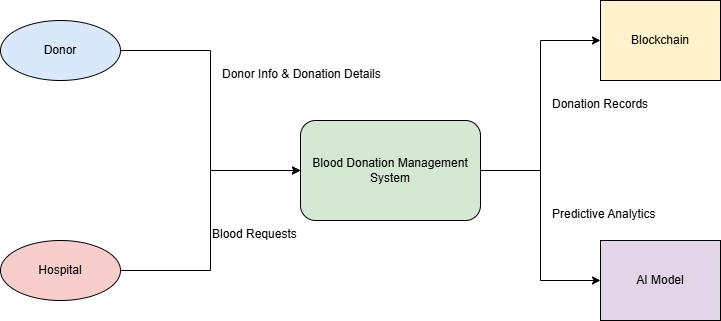
Suyash988/diagrams_for_the_blood_donation_system keeps this draw.io diagram as Diagram1.drawio.png. Above is the earlier version. Source tidied: cells renumbered, new cells last; positions are measured from the earlier drawing's top-left corner, leaving out a move shared by most shapes. Its diagram source:
```xml
<mxGraphModel>
  <root>
    <mxCell id="0" />
    <mxCell id="1" parent="0" />
    <mxCell id="2" value="Donor" style="ellipse;whiteSpace=wrap;html=1;strokeColor=#000000;fillColor=#dae8fc;" parent="1" vertex="1">
      <mxGeometry y="20" width="120" height="60" as="geometry" />
    </mxCell>
    <mxCell id="3" value="Hospital" style="ellipse;whiteSpace=wrap;html=1;strokeColor=#000000;fillColor=#f8cecc;" parent="1" vertex="1">
      <mxGeometry y="240" width="120" height="60" as="geometry" />
    </mxCell>
    <mxCell id="4" value="Blood Donation Management System" style="rounded=1;whiteSpace=wrap;html=1;strokeColor=#000000;fillColor=#d5e8d4;" parent="1" vertex="1">
      <mxGeometry x="300" y="120" width="180" height="100" as="geometry" />
    </mxCell>
    <mxCell id="5" value="Blockchain" style="shape=database;whiteSpace=wrap;html=1;strokeColor=#000000;fillColor=#fff2cc;" parent="1" vertex="1">
      <mxGeometry x="600" width="120" height="80" as="geometry" />
    </mxCell>
    <mxCell id="6" value="AI Model" style="shape=database;whiteSpace=wrap;html=1;strokeColor=#000000;fillColor=#e1d5e7;" parent="1" vertex="1">
      <mxGeometry x="600" y="240" width="120" height="80" as="geometry" />
    </mxCell>
    <mxCell id="7" style="edgeStyle=elbowEdgeStyle;rounded=0;orthogonal=0;jettySize=auto;html=1;strokeColor=#000000;" parent="1" edge="1" source="2" target="4">
      <mxGeometry relative="1" as="geometry" />
    </mxCell>
    <mxCell id="8" value="Donor Info &amp; Donation Details" style="text;html=1;" parent="7" vertex="1">
      <mxGeometry width="80" height="40" relative="1" as="geometry">
        <mxPoint x="10" y="-50" as="offset" />
      </mxGeometry>
    </mxCell>
    <mxCell id="9" style="edgeStyle=elbowEdgeStyle;rounded=0;orthogonal=0;jettySize=auto;html=1;strokeColor=#000000;" parent="1" edge="1" source="3" target="4">
      <mxGeometry relative="1" as="geometry" />
    </mxCell>
    <mxCell id="10" value="Blood Requests" style="text;html=1;" parent="9" vertex="1">
      <mxGeometry width="80" height="40" relative="1" as="geometry" />
    </mxCell>
    <mxCell id="11" style="edgeStyle=elbowEdgeStyle;rounded=0;orthogonal=0;jettySize=auto;html=1;strokeColor=#000000;" parent="1" edge="1" source="4" target="5">
      <mxGeometry relative="1" as="geometry" />
    </mxCell>
    <mxCell id="12" value="Donation Records" style="text;html=1;" parent="11" vertex="1">
      <mxGeometry width="80" height="40" relative="1" as="geometry">
        <mxPoint x="10" y="-15" as="offset" />
      </mxGeometry>
    </mxCell>
    <mxCell id="13" style="edgeStyle=elbowEdgeStyle;rounded=0;orthogonal=0;jettySize=auto;html=1;strokeColor=#000000;" parent="1" edge="1" source="4" target="6">
      <mxGeometry relative="1" as="geometry" />
    </mxCell>
    <mxCell id="14" value="Predictive Analytics" style="text;html=1;" parent="13" vertex="1">
      <mxGeometry width="80" height="40" relative="1" as="geometry">
        <mxPoint x="10" y="-25" as="offset" />
      </mxGeometry>
    </mxCell>
  </root>
</mxGraphModel>
```
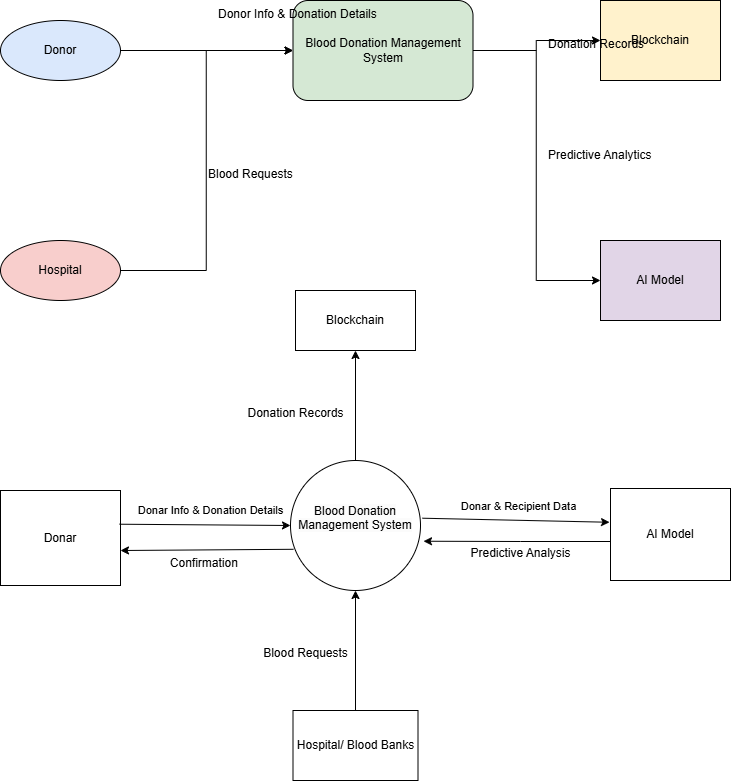
After the commit.

Commit message:
Zero level dfd

Change to the diagram source:
```diff
@@ -9,7 +9,7 @@
       <mxGeometry y="240" width="120" height="60" as="geometry" />
     </mxCell>
     <mxCell id="4" value="Blood Donation Management System" style="rounded=1;whiteSpace=wrap;html=1;strokeColor=#000000;fillColor=#d5e8d4;" parent="1" vertex="1">
-      <mxGeometry x="300" y="120" width="180" height="100" as="geometry" />
+      <mxGeometry x="292.5" width="180" height="100" as="geometry" />
     </mxCell>
     <mxCell id="5" value="Blockchain" style="shape=database;whiteSpace=wrap;html=1;strokeColor=#000000;fillColor=#fff2cc;" parent="1" vertex="1">
       <mxGeometry x="600" width="120" height="80" as="geometry" />
@@ -47,5 +47,67 @@
         <mxPoint x="10" y="-25" as="offset" />
       </mxGeometry>
     </mxCell>
+    <mxCell id="15" value="Donar" style="rounded=0;whiteSpace=wrap;html=1;" parent="1" vertex="1">
+      <mxGeometry y="490" width="120" height="95" as="geometry" />
+    </mxCell>
+    <mxCell id="16" value="Hospital/ Blood Banks" style="rounded=0;whiteSpace=wrap;html=1;" parent="1" vertex="1">
+      <mxGeometry x="292.5" y="710" width="125" height="70" as="geometry" />
+    </mxCell>
+    <mxCell id="17" value="&#10;&lt;span style=&quot;color: rgb(0, 0, 0); font-family: Helvetica; font-size: 12px; font-style: normal; font-variant-ligatures: normal; font-variant-caps: normal; font-weight: 400; letter-spacing: normal; orphans: 2; text-align: center; text-indent: 0px; text-transform: none; widows: 2; word-spacing: 0px; -webkit-text-stroke-width: 0px; white-space: normal; background-color: rgb(251, 251, 251); text-decoration-thickness: initial; text-decoration-style: initial; text-decoration-color: initial; display: inline !important; float: none;&quot;&gt;Blood Donation Management System&lt;/span&gt;&#10;&#10;" style="ellipse;whiteSpace=wrap;html=1;" parent="1" vertex="1">
+      <mxGeometry x="290" y="460" width="130" height="130" as="geometry" />
+    </mxCell>
+    <mxCell id="18" style="endArrow=classic;html=1;rounded=0;exitX=0.992;exitY=0.355;exitDx=0;exitDy=0;exitPerimeter=0;entryX=0;entryY=0.5;entryDx=0;entryDy=0;" parent="1" edge="1" source="15" target="17">
+      <mxGeometry relative="1" as="geometry" />
+    </mxCell>
+    <mxCell id="19" value="Donar Info &amp;amp; Donation Details" style="edgeLabel;html=1;align=center;verticalAlign=middle;" parent="18" vertex="1">
+      <mxGeometry relative="1" as="geometry">
+        <mxPoint x="5" y="-15" as="offset" />
+      </mxGeometry>
+    </mxCell>
+    <mxCell id="20" style="endArrow=classic;html=1;rounded=0;exitX=0.5;exitY=0;exitDx=0;exitDy=0;entryX=0.5;entryY=1;entryDx=0;entryDy=0;" parent="1" edge="1" source="16" target="17">
+      <mxGeometry relative="1" as="geometry" />
+    </mxCell>
+    <mxCell id="21" value="Blood Requests" style="text;html=1;align=center;verticalAlign=middle;strokeColor=none;fillColor=none;" parent="1" vertex="1">
+      <mxGeometry x="250" y="638" width="110" height="30" as="geometry" />
+    </mxCell>
+    <mxCell id="22" value="Blockchain" style="rounded=0;whiteSpace=wrap;html=1;" parent="1" vertex="1">
+      <mxGeometry x="295" y="290" width="120" height="60" as="geometry" />
+    </mxCell>
+    <mxCell id="23" style="endArrow=classic;html=1;rounded=0;exitX=0.5;exitY=0;exitDx=0;exitDy=0;entryX=0.5;entryY=1;entryDx=0;entryDy=0;" parent="1" edge="1" source="17" target="22">
+      <mxGeometry relative="1" as="geometry" />
+    </mxCell>
+    <mxCell id="24" value="Donation Records&lt;div&gt;&lt;br&gt;&lt;/div&gt;" style="text;html=1;align=center;verticalAlign=middle;strokeColor=none;fillColor=none;" parent="1" vertex="1">
+      <mxGeometry x="235" y="400" width="120" height="40" as="geometry" />
+    </mxCell>
+    <mxCell id="25" value="AI Model" style="rounded=0;whiteSpace=wrap;html=1;" parent="1" vertex="1">
+      <mxGeometry x="610" y="488" width="120" height="92" as="geometry" />
+    </mxCell>
+    <mxCell id="26" style="endArrow=classic;html=1;rounded=0;exitX=1.015;exitY=0.444;exitDx=0;exitDy=0;entryX=-0.008;entryY=0.367;entryDx=0;entryDy=0;exitPerimeter=0;entryPerimeter=0;" parent="1" edge="1" source="17" target="25">
+      <mxGeometry relative="1" as="geometry" />
+    </mxCell>
+    <mxCell id="27" value="Donar &amp;amp; Recipient Data" style="edgeLabel;html=1;align=center;verticalAlign=middle;" parent="26" vertex="1">
+      <mxGeometry x="-0.34" y="4" relative="1" as="geometry">
+        <mxPoint x="33" y="-10" as="offset" />
+      </mxGeometry>
+    </mxCell>
+    <mxCell id="28" style="endArrow=classic;html=1;rounded=0;exitX=0.023;exitY=0.683;exitDx=0;exitDy=0;exitPerimeter=0;" parent="1" edge="1" source="17">
+      <mxGeometry relative="1" as="geometry">
+        <mxPoint x="120" y="550" as="targetPoint" />
+      </mxGeometry>
+    </mxCell>
+    <mxCell id="29" value="Confirmation&amp;nbsp;" style="text;html=1;align=center;verticalAlign=middle;strokeColor=none;fillColor=none;" parent="1" vertex="1">
+      <mxGeometry x="160" y="548" width="90" height="30" as="geometry" />
+    </mxCell>
+    <mxCell id="30" style="edgeStyle=orthogonalEdgeStyle;rounded=0;jettySize=auto;html=1;entryX=1.023;entryY=0.621;entryDx=0;entryDy=0;entryPerimeter=0;" parent="1" edge="1" source="25" target="17">
+      <mxGeometry relative="1" as="geometry">
+        <Array as="points">
+          <mxPoint x="520" y="541" />
+          <mxPoint x="520" y="541" />
+        </Array>
+      </mxGeometry>
+    </mxCell>
+    <mxCell id="31" value="Predictive Analysis" style="text;html=1;align=center;verticalAlign=middle;strokeColor=none;fillColor=none;" parent="1" vertex="1">
+      <mxGeometry x="460" y="538" width="120" height="30" as="geometry" />
+    </mxCell>
   </root>
 </mxGraphModel>
```
